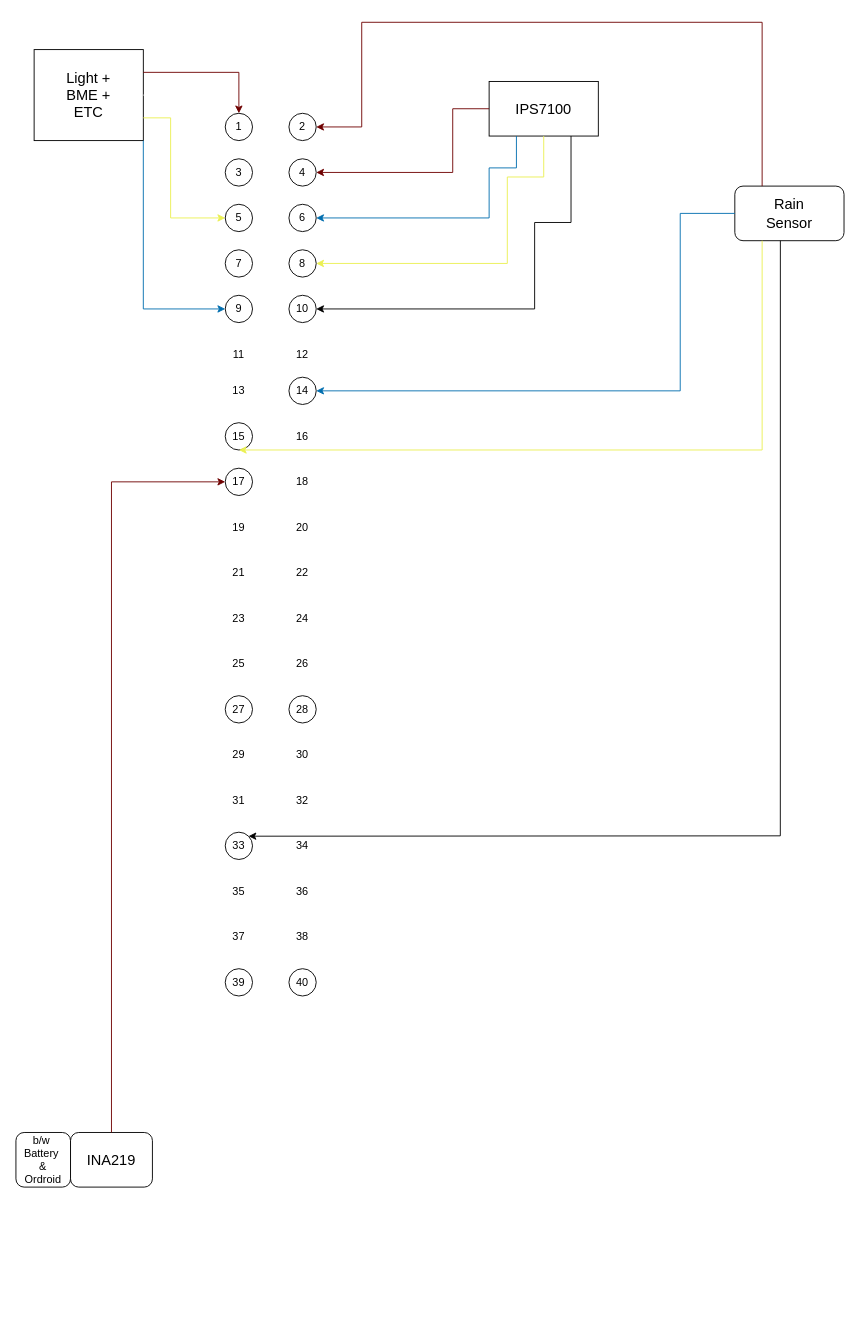
Earlier version of the draw.io diagram linux/MINTS-SoloNode-Schematic.drawio (VA-24/instructables). Source tidied: cells renumbered, new cells numbered last; positions are measured from the earlier drawing's top-left corner, leaving out a move shared by most shapes. Both pictures are drawn from the tidied source at 91%, with x=0, y=0 at pixel (15, 22).
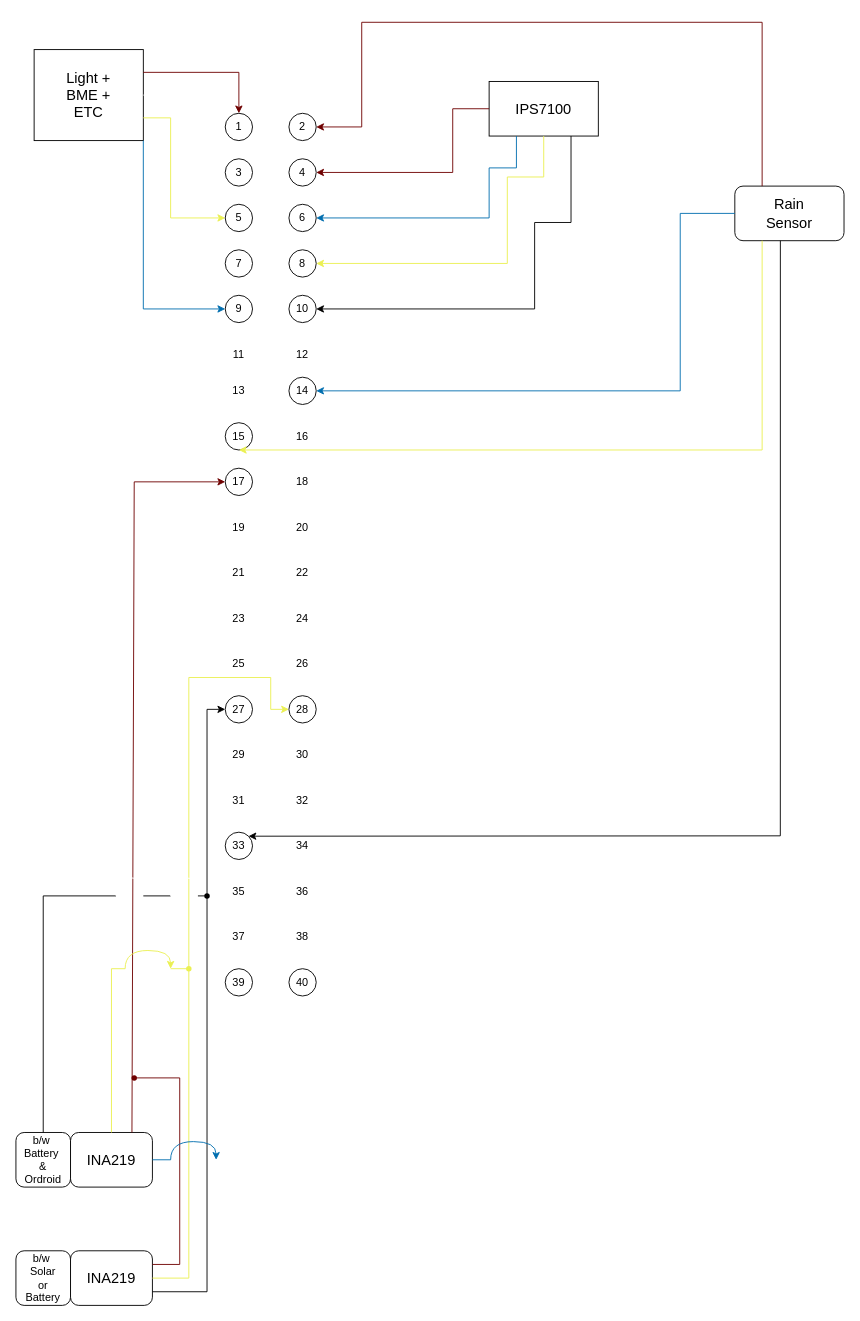
Above is the later version.

The change refers to these unchanged cells:
```xml
<mxCell id="48" style="ellipse;whiteSpace=wrap;html=1;" parent="1" vertex="1">
  <mxGeometry x="230" y="490" width="30" height="30" as="geometry" />
</mxCell>
<mxCell id="59" style="ellipse;whiteSpace=wrap;html=1;" parent="1" vertex="1">
  <mxGeometry x="230" y="740" width="30" height="30" as="geometry" />
</mxCell>
<mxCell id="60" style="ellipse;whiteSpace=wrap;html=1;" parent="1" vertex="1">
  <mxGeometry x="300" y="740" width="30" height="30" as="geometry" />
</mxCell>
<mxCell id="78" value="b/w&amp;nbsp;&lt;br&gt;Battery&amp;nbsp;&lt;br&gt;&amp;amp;&lt;br&gt;Ordroid" style="rounded=1;whiteSpace=wrap;html=1;" parent="1" vertex="1">
  <mxGeometry y="1220" width="60" height="60" as="geometry" />
</mxCell>
<mxCell id="79" value="&lt;font style=&quot;font-size: 16px;&quot;&gt;INA219&lt;/font&gt;" style="rounded=1;whiteSpace=wrap;html=1;" parent="1" vertex="1">
  <mxGeometry x="60" y="1220" width="90" height="60" as="geometry" />
</mxCell>
```

What changed in the source:
```diff
@@
-    <mxCell id="80" style="endArrow=classic;html=1;rounded=0;exitX=0.5;exitY=0;exitDx=0;exitDy=0;entryX=0;entryY=0.5;entryDx=0;entryDy=0;fillColor=#a20025;strokeColor=#6F0000;" parent="1" edge="1" source="79" target="48">
+    <mxCell id="80" style="endArrow=classic;html=1;rounded=0;exitX=0.75;exitY=0;exitDx=0;exitDy=0;entryX=0;entryY=0.5;entryDx=0;entryDy=0;fillColor=#a20025;strokeColor=#6F0000;" parent="1" edge="1" source="79" target="48">
       <mxGeometry relative="1" as="geometry">
         <Array as="points">
-          <mxPoint x="105" y="505" />
+          <mxPoint x="130" y="505" />
         </Array>
       </mxGeometry>
     </mxCell>
+    <mxCell id="81" value="b/w&amp;nbsp;&lt;br&gt;Solar&lt;br&gt;or&lt;br&gt;Battery" style="rounded=1;whiteSpace=wrap;html=1;" parent="1" vertex="1">
+      <mxGeometry y="1350" width="60" height="60" as="geometry" />
+    </mxCell>
+    <mxCell id="82" value="&lt;font style=&quot;font-size: 16px;&quot;&gt;INA219&lt;/font&gt;" style="rounded=1;whiteSpace=wrap;html=1;" parent="1" vertex="1">
+      <mxGeometry x="60" y="1350" width="90" height="60" as="geometry" />
+    </mxCell>
+    <mxCell id="83" style="endArrow=classic;html=1;rounded=0;exitDx=0;exitDy=0;entryX=0;entryY=0.5;entryDx=0;entryDy=0;strokeColor=#EBF052;" parent="1" edge="1" source="95" target="60">
+      <mxGeometry relative="1" as="geometry">
+        <Array as="points">
+          <mxPoint x="190" y="720" />
+          <mxPoint x="280" y="720" />
+          <mxPoint x="280" y="755" />
+        </Array>
+      </mxGeometry>
+    </mxCell>
+    <mxCell id="84" style="endArrow=classic;html=1;rounded=0;exitX=1;exitY=0.75;exitDx=0;exitDy=0;entryX=0;entryY=0.5;entryDx=0;entryDy=0;" parent="1" edge="1" source="82" target="59">
+      <mxGeometry relative="1" as="geometry">
+        <Array as="points">
+          <mxPoint x="210" y="1395" />
+          <mxPoint x="210" y="755" />
+        </Array>
+      </mxGeometry>
+    </mxCell>
+    <mxCell id="85" style="endArrow=none;html=1;rounded=0;exitDx=0;exitDy=0;fillColor=#a20025;strokeColor=#6F0000;" parent="1" edge="1" source="87">
+      <mxGeometry relative="1" as="geometry">
+        <mxPoint x="130" y="1160" as="targetPoint" />
+      </mxGeometry>
+    </mxCell>
+    <mxCell id="86" style="endArrow=none;html=1;rounded=0;exitX=1;exitY=0.25;exitDx=0;exitDy=0;fillColor=#a20025;strokeColor=#6F0000;" parent="1" edge="1" source="82" target="87">
+      <mxGeometry relative="1" as="geometry">
+        <Array as="points">
+          <mxPoint x="180" y="1365" />
+          <mxPoint x="180" y="1160" />
+        </Array>
+      </mxGeometry>
+    </mxCell>
+    <mxCell id="87" style="shape=waypoint;sketch=0;fillStyle=solid;size=6;points=[];fillColor=#a20025;perimeter=centerPerimeter;snapToPoint=1;fontColor=#ffffff;strokeColor=#6F0000;" parent="1" vertex="1">
+      <mxGeometry x="120" y="1150" width="20" height="20" as="geometry" />
+    </mxCell>
+    <mxCell id="88" style="endArrow=none;html=1;rounded=0;exitX=0.5;exitY=0;exitDx=0;exitDy=0;strokeColor=#EBF052;" parent="1" edge="1" source="79">
+      <mxGeometry relative="1" as="geometry">
+        <mxPoint x="120" y="1040" as="targetPoint" />
+        <Array as="points">
+          <mxPoint x="105" y="1040" />
+        </Array>
+      </mxGeometry>
+    </mxCell>
+    <mxCell id="89" style="curved=1;endArrow=classic;html=1;rounded=0;strokeColor=#EBF052;" parent="1" edge="1">
+      <mxGeometry relative="1" as="geometry">
+        <mxPoint x="120" y="1040" as="sourcePoint" />
+        <mxPoint x="170" y="1040" as="targetPoint" />
+        <Array as="points">
+          <mxPoint x="120" y="1020" />
+          <mxPoint x="170" y="1020" />
+        </Array>
+      </mxGeometry>
+    </mxCell>
+    <mxCell id="90" style="endArrow=none;html=1;rounded=0;strokeColor=#EBF052;" parent="1" edge="1" source="95">
+      <mxGeometry relative="1" as="geometry">
+        <mxPoint x="190" y="1040" as="targetPoint" />
+      </mxGeometry>
+    </mxCell>
+    <mxCell id="91" style="endArrow=none;html=1;rounded=0;exitX=1;exitY=0.5;exitDx=0;exitDy=0;strokeColor=#EBF052;" parent="1" edge="1" source="82">
+      <mxGeometry relative="1" as="geometry">
+        <mxPoint x="190" y="1040" as="targetPoint" />
+        <Array as="points">
+          <mxPoint x="190" y="1380" />
+        </Array>
+      </mxGeometry>
+    </mxCell>
+    <mxCell id="92" style="endArrow=none;html=1;rounded=0;exitX=0.5;exitY=0;exitDx=0;exitDy=0;" parent="1" edge="1" source="78">
+      <mxGeometry relative="1" as="geometry">
+        <mxPoint x="110" y="960" as="targetPoint" />
+        <Array as="points">
+          <mxPoint x="30" y="960" />
+        </Array>
+      </mxGeometry>
+    </mxCell>
+    <mxCell id="93" style="curved=1;endArrow=classic;html=1;rounded=0;strokeColor=#FFFFFF;" parent="1" edge="1">
+      <mxGeometry relative="1" as="geometry">
+        <mxPoint x="110" y="960" as="sourcePoint" />
+        <mxPoint x="140" y="960" as="targetPoint" />
+        <Array as="points">
+          <mxPoint x="110" y="940" />
+          <mxPoint x="140" y="940" />
+        </Array>
+      </mxGeometry>
+    </mxCell>
+    <mxCell id="94" style="endArrow=none;html=1;rounded=0;strokeColor=#EBF052;" parent="1" edge="1" target="95">
+      <mxGeometry relative="1" as="geometry">
+        <mxPoint x="170" y="1040" as="sourcePoint" />
+      </mxGeometry>
+    </mxCell>
+    <mxCell id="95" style="shape=waypoint;sketch=0;fillStyle=solid;size=6;points=[];fillColor=none;perimeter=centerPerimeter;snapToPoint=1;strokeColor=#EBF052;" parent="1" vertex="1">
+      <mxGeometry x="180" y="1030" width="20" height="20" as="geometry" />
+    </mxCell>
+    <mxCell id="96" style="endArrow=none;html=1;rounded=0;" parent="1" edge="1">
+      <mxGeometry relative="1" as="geometry">
+        <mxPoint x="140" y="960" as="sourcePoint" />
+        <mxPoint x="170" y="960" as="targetPoint" />
+      </mxGeometry>
+    </mxCell>
+    <mxCell id="97" style="curved=1;endArrow=classic;html=1;rounded=0;strokeColor=#FFFFFF;" parent="1" edge="1">
+      <mxGeometry relative="1" as="geometry">
+        <mxPoint x="170" y="960" as="sourcePoint" />
+        <mxPoint x="200" y="960" as="targetPoint" />
+        <Array as="points">
+          <mxPoint x="170" y="940" />
+          <mxPoint x="200" y="940" />
+        </Array>
+      </mxGeometry>
+    </mxCell>
+    <mxCell id="98" style="endArrow=none;html=1;rounded=0;" parent="1" edge="1" source="100">
+      <mxGeometry relative="1" as="geometry">
+        <mxPoint x="210" y="960" as="targetPoint" />
+      </mxGeometry>
+    </mxCell>
+    <mxCell id="99" style="endArrow=none;html=1;rounded=0;" parent="1" edge="1" target="100">
+      <mxGeometry relative="1" as="geometry">
+        <mxPoint x="200" y="960" as="sourcePoint" />
+      </mxGeometry>
+    </mxCell>
+    <mxCell id="100" style="shape=waypoint;sketch=0;fillStyle=solid;size=6;points=[];fillColor=none;perimeter=centerPerimeter;snapToPoint=1;" parent="1" vertex="1">
+      <mxGeometry x="200" y="950" width="20" height="20" as="geometry" />
+    </mxCell>
+    <mxCell id="101" style="endArrow=none;html=1;rounded=0;exitX=1;exitY=0.5;exitDx=0;exitDy=0;fillColor=#1ba1e2;strokeColor=#006EAF;" parent="1" edge="1" source="79">
+      <mxGeometry relative="1" as="geometry">
+        <mxPoint x="170" y="1250" as="targetPoint" />
+      </mxGeometry>
+    </mxCell>
+    <mxCell id="102" style="curved=1;endArrow=classic;html=1;rounded=0;strokeColor=#006EAF;fillColor=#1ba1e2;" parent="1" edge="1">
+      <mxGeometry relative="1" as="geometry">
+        <mxPoint x="170" y="1250" as="sourcePoint" />
+        <mxPoint x="220" y="1250" as="targetPoint" />
+        <Array as="points">
+          <mxPoint x="170" y="1230" />
+          <mxPoint x="220" y="1230" />
+        </Array>
+      </mxGeometry>
+    </mxCell>
```
